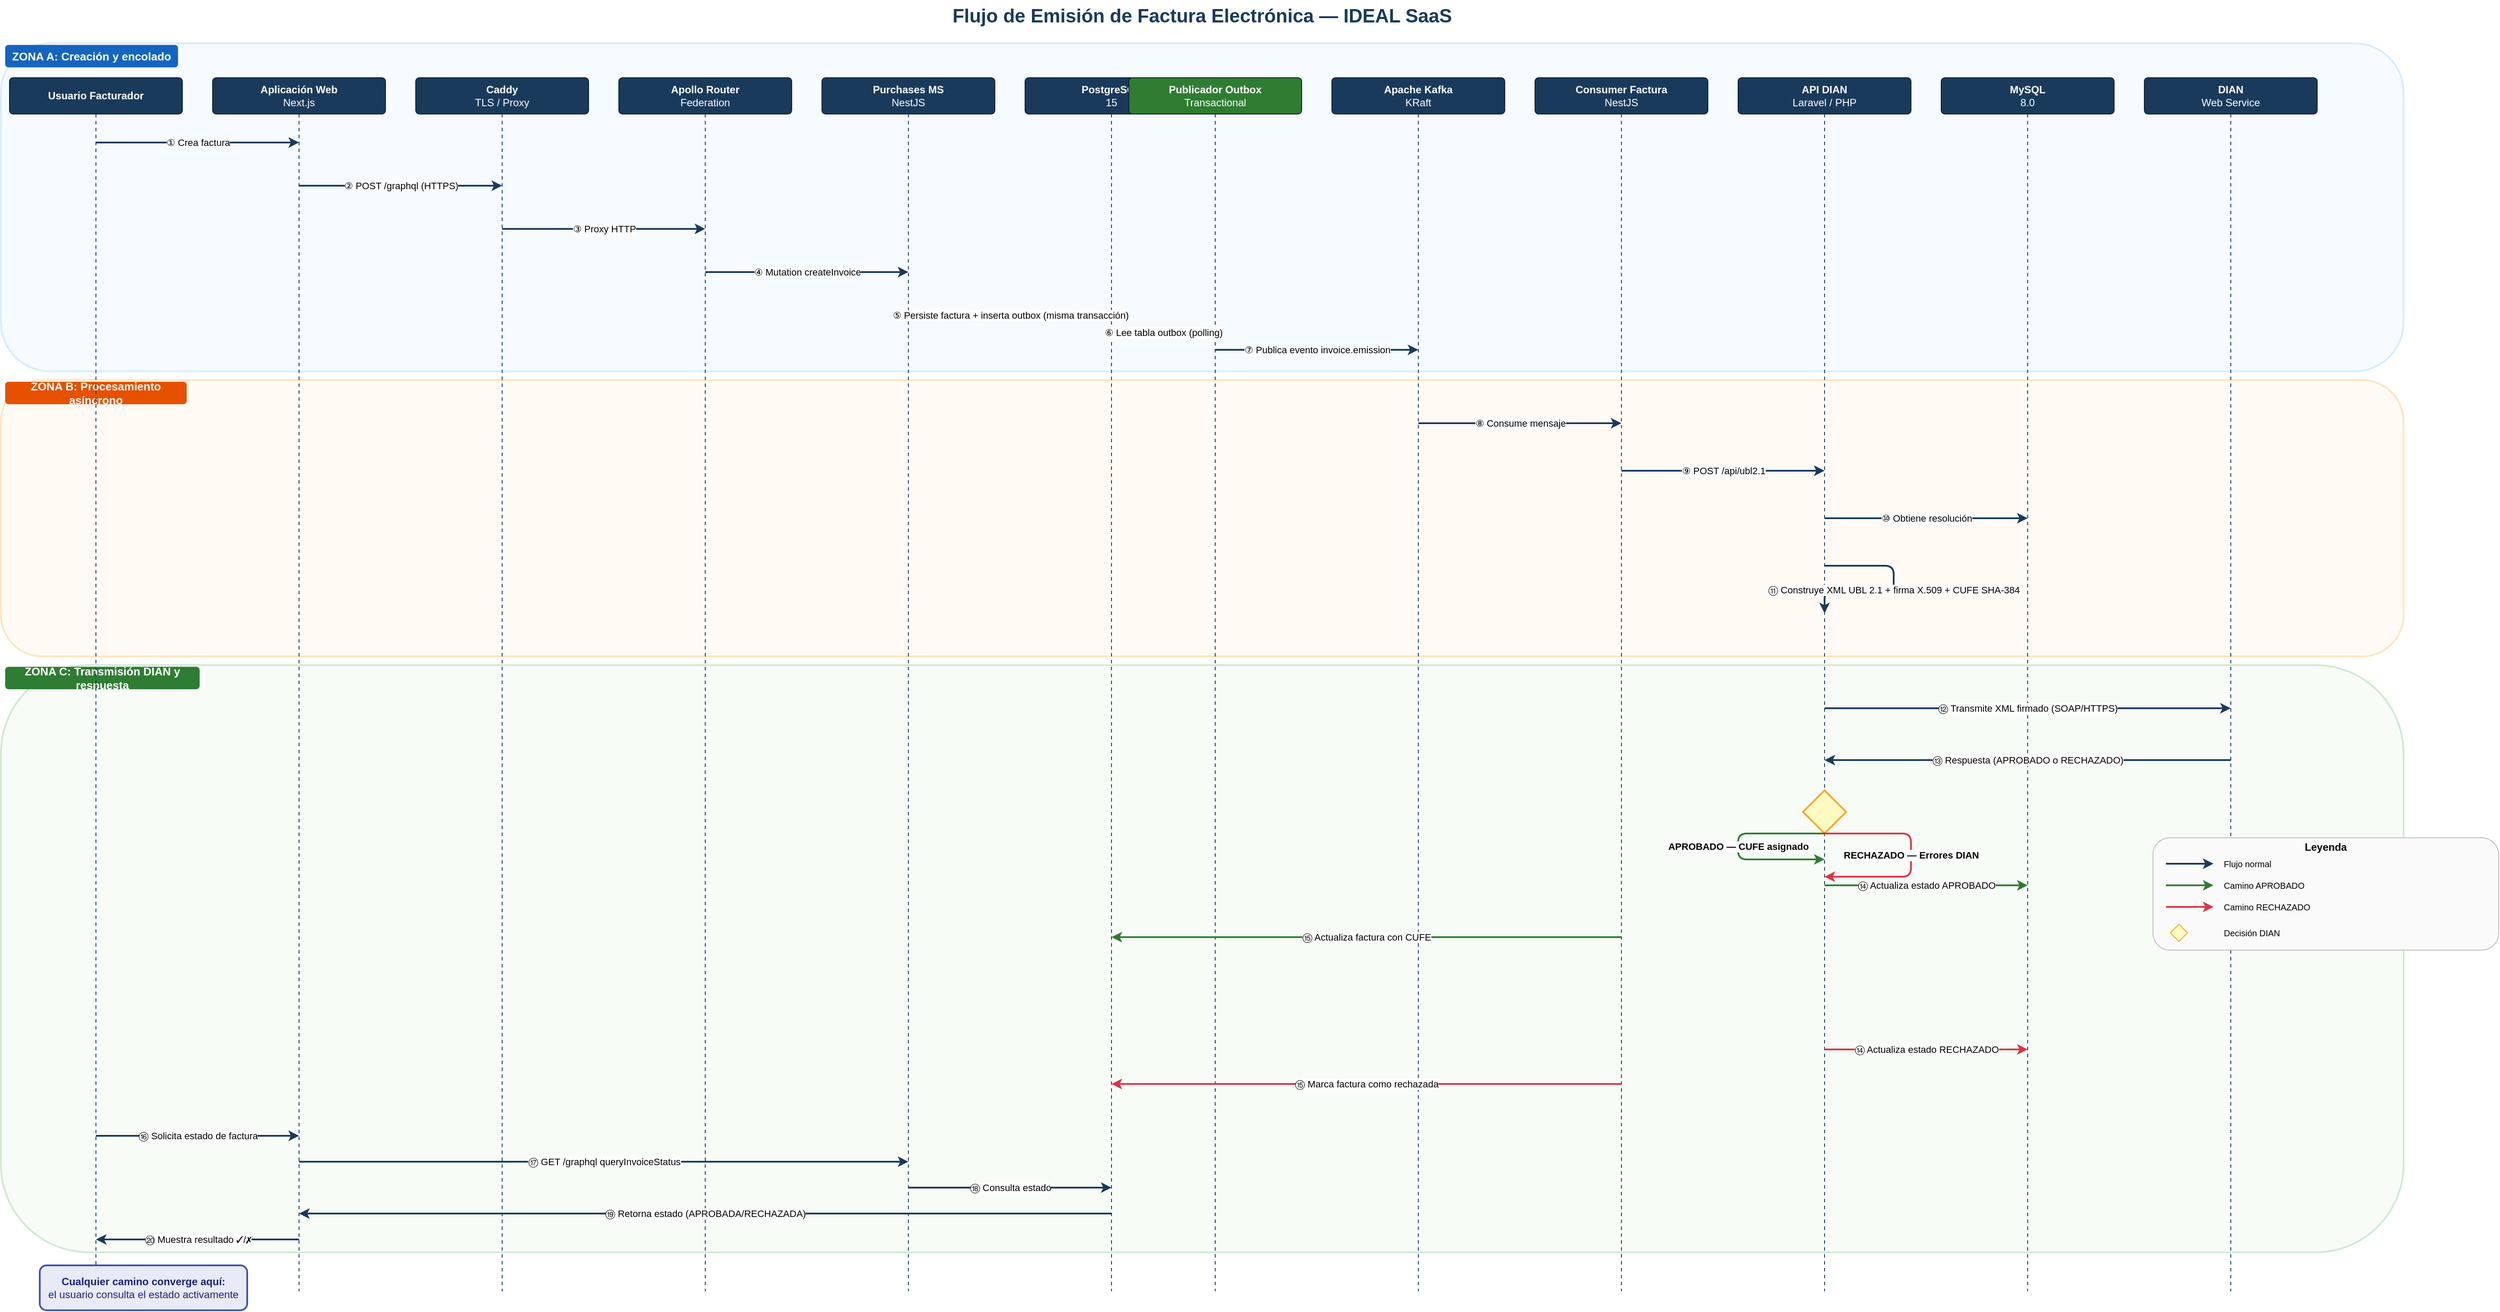
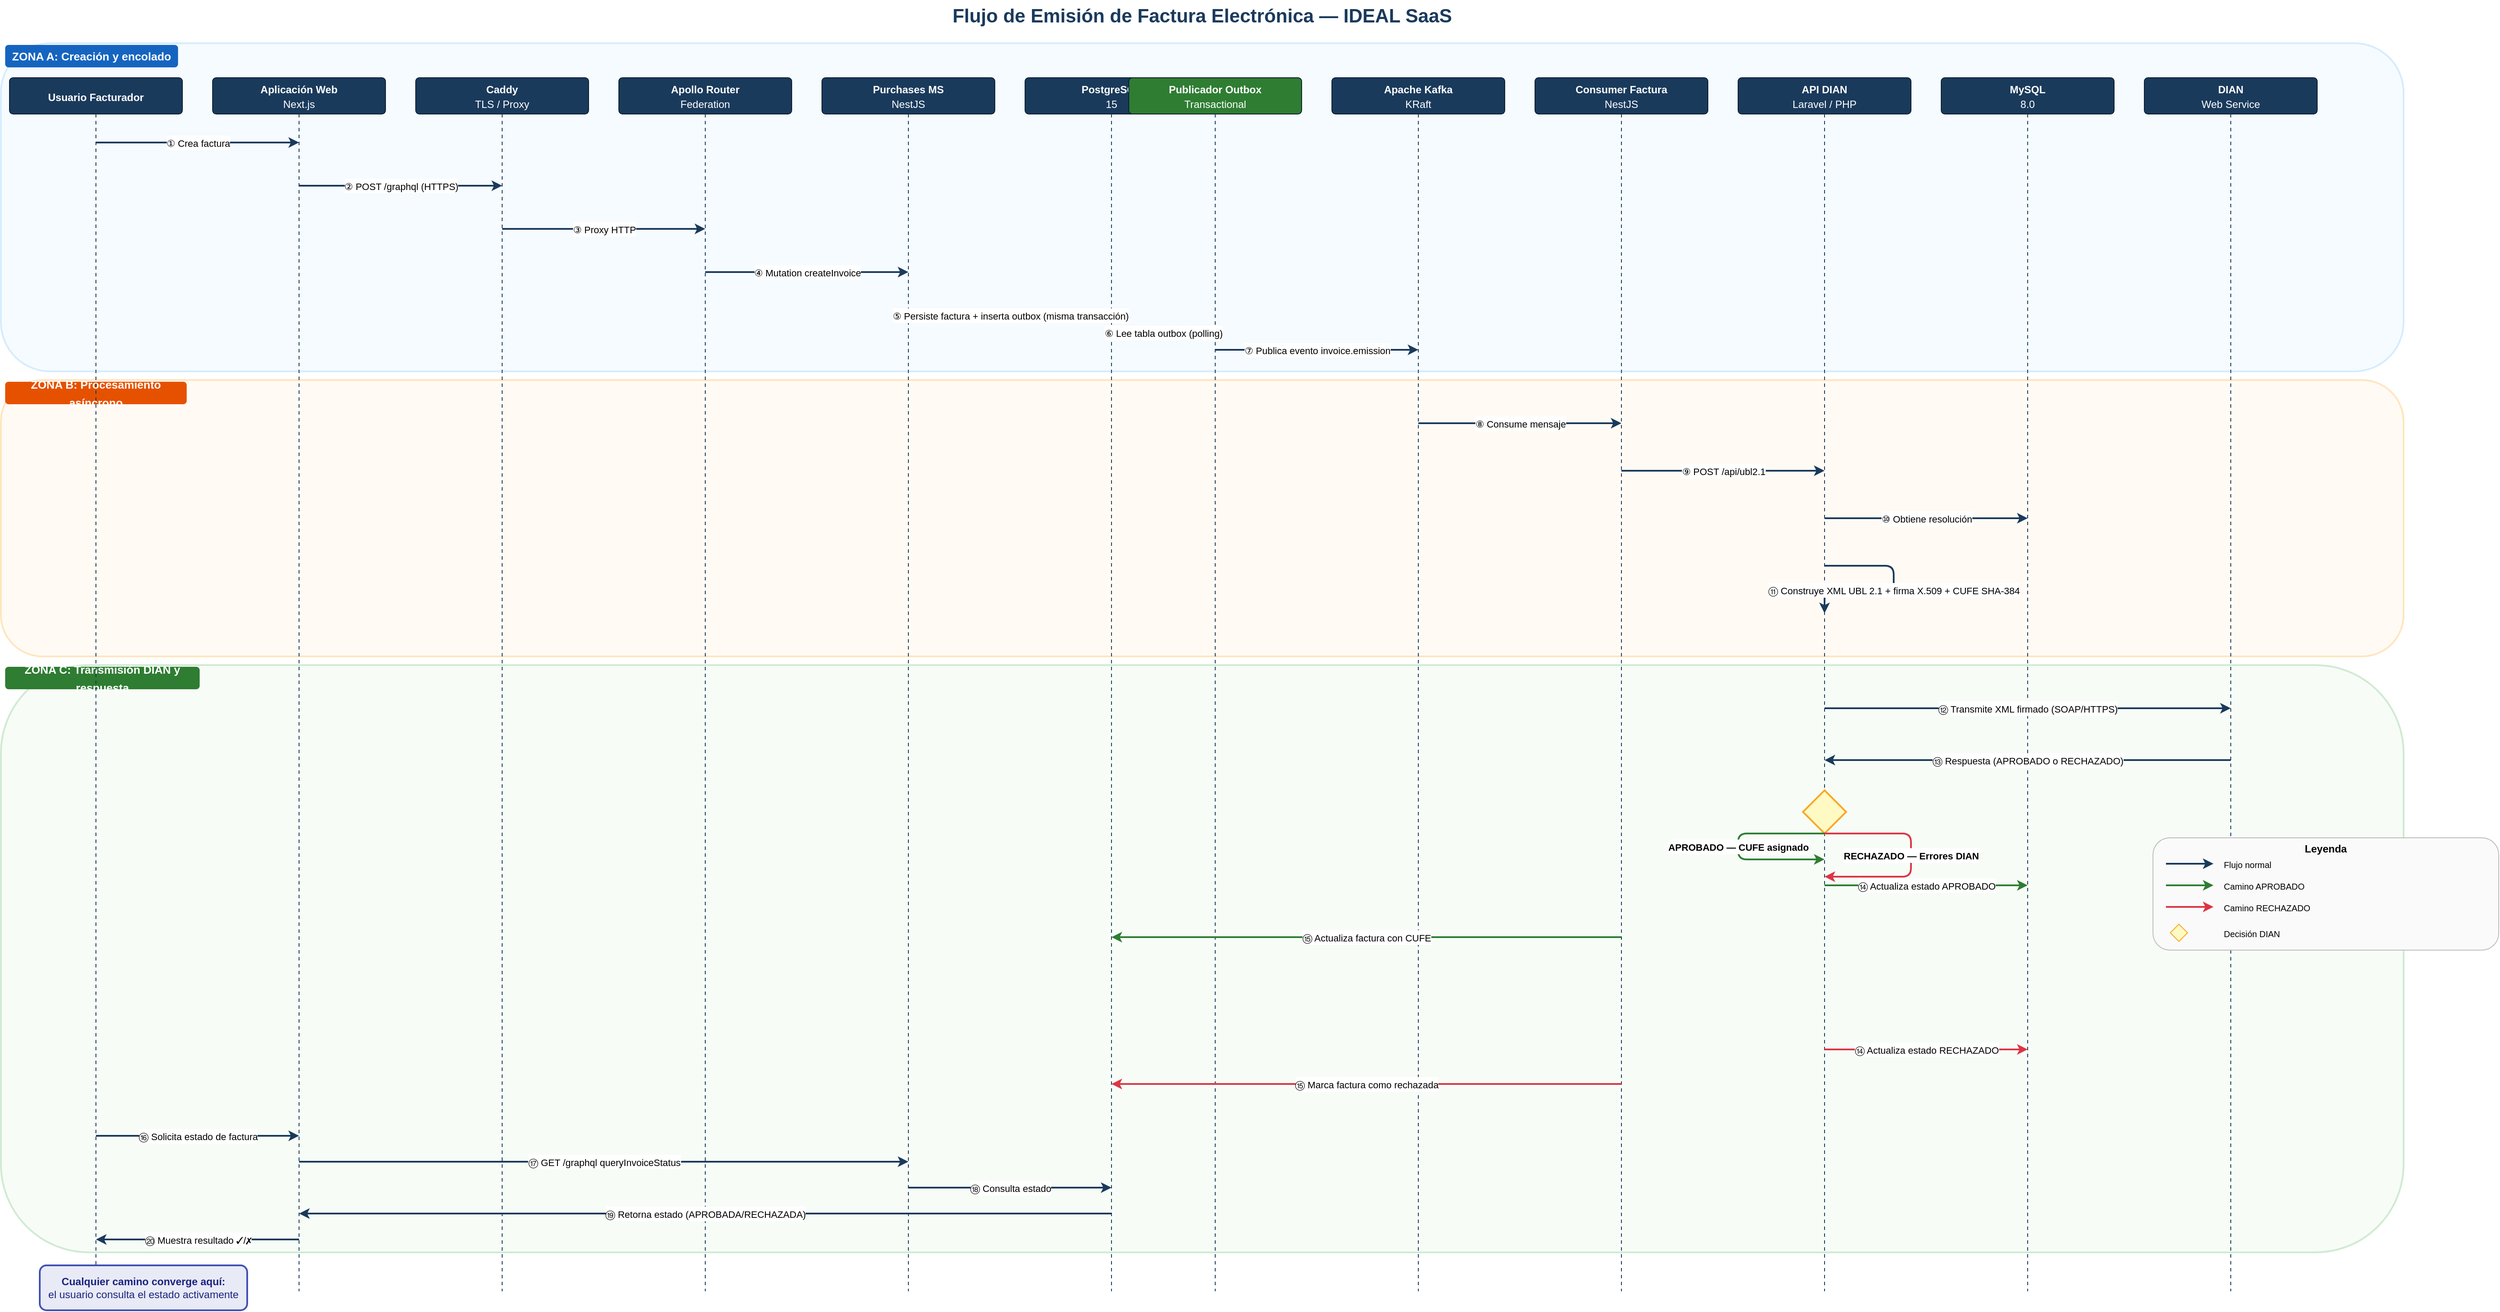
<mxfile host="app.diagrams.net" modified="2026-06-20T00:00:00.000Z" agent="draw.io" version="24.0.0">
  <diagram name="Flujo Emisión Factura Electrónica" id="invoice-emission-flow">
-       <mxGraphModel dx="2000" dy="1200" grid="1" gridSize="10" guides="1" tooltips="1" connect="1" arrows="1" fold="1" page="1" pageScale="1" pageWidth="2990" pageHeight="2200" math="0" shadow="0">
+       <mxGraphModel dx="2000" dy="1200" grid="1" gridSize="10" guides="1" tooltips="1" connect="1" arrows="1" fold="1" page="1" pageScale="1" pageWidth="3887" pageHeight="2860" math="0" shadow="0">

      <root>
        <mxCell id="0"/>
        <mxCell id="1" parent="0"/>

        <!-- ===== TITLE ===== -->
        <mxCell id="title" value="&lt;font style=&quot;font-size:22px&quot;&gt;&lt;b&gt;Flujo de Emisión de Factura Electrónica — IDEAL SaaS&lt;/b&gt;&lt;/font&gt;" style="text;html=1;strokeColor=none;fillColor=none;align=center;verticalAlign=middle;whiteSpace=wrap;rounded=0;fontColor=#1A3A5C;" vertex="1" parent="1">
          <mxGeometry x="500" y="5" width="1800" height="38" as="geometry"/>
        </mxCell>

        <!-- ===== ZONE A: Creación y encolado ===== -->
        <mxCell id="zoneA" value="" style="rounded=1;whiteSpace=wrap;html=1;fillColor=#E3F2FD;strokeColor=#90CAF9;strokeWidth=2;opacity=35;container=0;" vertex="1" parent="1">
          <mxGeometry x="10" y="55" width="2780" height="380" as="geometry"/>
        </mxCell>
-         <mxCell id="zoneA-label" value="&lt;font style=&quot;font-size:13px&quot;&gt;&lt;b&gt;ZONA A: Creación y encolado&lt;/b&gt;&lt;/font&gt;" style="text;html=1;strokeColor=none;fillColor=#1565C0;fontColor=#FFFFFF;align=center;verticalAlign=middle;whiteSpace=wrap;rounded=1;fontSize=13;" vertex="1" parent="1">
+         <mxCell id="zoneA-label" value="&lt;font style=&quot;font-size:13px&quot;&gt;&lt;b&gt;ZONA A: Creación y encolado&lt;/b&gt;&lt;/font&gt;" style="text;html=1;strokeColor=none;fillColor=#1565C0;fontColor=#FFFFFF;align=center;verticalAlign=middle;whiteSpace=wrap;rounded=1;fontSize=17;" vertex="1" parent="1">
          <mxGeometry x="15" y="57" width="200" height="26" as="geometry"/>
        </mxCell>

        <!-- ===== ZONE B: Procesamiento asíncrono ===== -->
        <mxCell id="zoneB" value="" style="rounded=1;whiteSpace=wrap;html=1;fillColor=#FFF3E0;strokeColor=#FFB74D;strokeWidth=2;opacity=35;container=0;" vertex="1" parent="1">
          <mxGeometry x="10" y="445" width="2780" height="320" as="geometry"/>
        </mxCell>
-         <mxCell id="zoneB-label" value="&lt;font style=&quot;font-size:13px&quot;&gt;&lt;b&gt;ZONA B: Procesamiento asíncrono&lt;/b&gt;&lt;/font&gt;" style="text;html=1;strokeColor=none;fillColor=#E65100;fontColor=#FFFFFF;align=center;verticalAlign=middle;whiteSpace=wrap;rounded=1;fontSize=13;" vertex="1" parent="1">
+         <mxCell id="zoneB-label" value="&lt;font style=&quot;font-size:13px&quot;&gt;&lt;b&gt;ZONA B: Procesamiento asíncrono&lt;/b&gt;&lt;/font&gt;" style="text;html=1;strokeColor=none;fillColor=#E65100;fontColor=#FFFFFF;align=center;verticalAlign=middle;whiteSpace=wrap;rounded=1;fontSize=17;" vertex="1" parent="1">
          <mxGeometry x="15" y="447" width="210" height="26" as="geometry"/>
        </mxCell>

        <!-- ===== ZONE C: Transmisión DIAN y respuesta ===== -->
        <mxCell id="zoneC" value="" style="rounded=1;whiteSpace=wrap;html=1;fillColor=#E8F5E9;strokeColor=#81C784;strokeWidth=2;opacity=35;container=0;" vertex="1" parent="1">
          <mxGeometry x="10" y="775" width="2780" height="680" as="geometry"/>
        </mxCell>
-         <mxCell id="zoneC-label" value="&lt;font style=&quot;font-size:13px&quot;&gt;&lt;b&gt;ZONA C: Transmisión DIAN y respuesta&lt;/b&gt;&lt;/font&gt;" style="text;html=1;strokeColor=none;fillColor=#2E7D32;fontColor=#FFFFFF;align=center;verticalAlign=middle;whiteSpace=wrap;rounded=1;fontSize=13;" vertex="1" parent="1">
+         <mxCell id="zoneC-label" value="&lt;font style=&quot;font-size:13px&quot;&gt;&lt;b&gt;ZONA C: Transmisión DIAN y respuesta&lt;/b&gt;&lt;/font&gt;" style="text;html=1;strokeColor=none;fillColor=#2E7D32;fontColor=#FFFFFF;align=center;verticalAlign=middle;whiteSpace=wrap;rounded=1;fontSize=17;" vertex="1" parent="1">
          <mxGeometry x="15" y="777" width="225" height="26" as="geometry"/>
        </mxCell>

        <!-- ===== PARTICIPANT HEADERS ===== -->
        <!-- P1: Usuario Facturador -->
-         <mxCell id="p1" value="&lt;font style=&quot;font-size:12px&quot;&gt;&lt;b&gt;Usuario Facturador&lt;/b&gt;&lt;/font&gt;" style="rounded=1;whiteSpace=wrap;html=1;fillColor=#1A3A5C;fontColor=#FFFFFF;strokeColor=#0D1F33;fontSize=12;arcSize=10;" vertex="1" parent="1">
+         <mxCell id="p1" value="&lt;font style=&quot;font-size:12px&quot;&gt;&lt;b&gt;Usuario Facturador&lt;/b&gt;&lt;/font&gt;" style="rounded=1;whiteSpace=wrap;html=1;fillColor=#1A3A5C;fontColor=#FFFFFF;strokeColor=#0D1F33;fontSize=16;arcSize=10;" vertex="1" parent="1">
          <mxGeometry x="20" y="95" width="200" height="42" as="geometry"/>
        </mxCell>
        <mxCell id="p1-line" value="" style="endArrow=none;dashed=1;html=1;strokeColor=#1A3A5C;strokeWidth=1;dashPattern=4 4;" edge="1" parent="1">
          <mxGeometry relative="1" as="geometry">
            <mxPoint x="120" y="137" as="sourcePoint"/>
            <mxPoint x="120" y="1500" as="targetPoint"/>
          </mxGeometry>
        </mxCell>

        <!-- P2: Aplicación Web (Next.js) -->
-         <mxCell id="p2" value="&lt;font style=&quot;font-size:12px&quot;&gt;&lt;b&gt;Aplicación Web&lt;/b&gt;&lt;br&gt;Next.js&lt;/font&gt;" style="rounded=1;whiteSpace=wrap;html=1;fillColor=#1A3A5C;fontColor=#FFFFFF;strokeColor=#0D1F33;fontSize=11;arcSize=10;" vertex="1" parent="1">
+         <mxCell id="p2" value="&lt;font style=&quot;font-size:12px&quot;&gt;&lt;b&gt;Aplicación Web&lt;/b&gt;&lt;br&gt;Next.js&lt;/font&gt;" style="rounded=1;whiteSpace=wrap;html=1;fillColor=#1A3A5C;fontColor=#FFFFFF;strokeColor=#0D1F33;fontSize=14;arcSize=10;" vertex="1" parent="1">
          <mxGeometry x="255" y="95" width="200" height="42" as="geometry"/>
        </mxCell>
        <mxCell id="p2-line" value="" style="endArrow=none;dashed=1;html=1;strokeColor=#1A3A5C;strokeWidth=1;dashPattern=4 4;" edge="1" parent="1">
          <mxGeometry relative="1" as="geometry">
            <mxPoint x="355" y="137" as="sourcePoint"/>
            <mxPoint x="355" y="1500" as="targetPoint"/>
          </mxGeometry>
        </mxCell>

        <!-- P3: Caddy -->
-         <mxCell id="p3" value="&lt;font style=&quot;font-size:12px&quot;&gt;&lt;b&gt;Caddy&lt;/b&gt;&lt;br&gt;TLS / Proxy&lt;/font&gt;" style="rounded=1;whiteSpace=wrap;html=1;fillColor=#1A3A5C;fontColor=#FFFFFF;strokeColor=#0D1F33;fontSize=11;arcSize=10;" vertex="1" parent="1">
+         <mxCell id="p3" value="&lt;font style=&quot;font-size:12px&quot;&gt;&lt;b&gt;Caddy&lt;/b&gt;&lt;br&gt;TLS / Proxy&lt;/font&gt;" style="rounded=1;whiteSpace=wrap;html=1;fillColor=#1A3A5C;fontColor=#FFFFFF;strokeColor=#0D1F33;fontSize=14;arcSize=10;" vertex="1" parent="1">
          <mxGeometry x="490" y="95" width="200" height="42" as="geometry"/>
        </mxCell>
        <mxCell id="p3-line" value="" style="endArrow=none;dashed=1;html=1;strokeColor=#1A3A5C;strokeWidth=1;dashPattern=4 4;" edge="1" parent="1">
          <mxGeometry relative="1" as="geometry">
            <mxPoint x="590" y="137" as="sourcePoint"/>
            <mxPoint x="590" y="1500" as="targetPoint"/>
          </mxGeometry>
        </mxCell>

        <!-- P4: Apollo Router -->
-         <mxCell id="p4" value="&lt;font style=&quot;font-size:12px&quot;&gt;&lt;b&gt;Apollo Router&lt;/b&gt;&lt;br&gt;Federation&lt;/font&gt;" style="rounded=1;whiteSpace=wrap;html=1;fillColor=#1A3A5C;fontColor=#FFFFFF;strokeColor=#0D1F33;fontSize=11;arcSize=10;" vertex="1" parent="1">
+         <mxCell id="p4" value="&lt;font style=&quot;font-size:12px&quot;&gt;&lt;b&gt;Apollo Router&lt;/b&gt;&lt;br&gt;Federation&lt;/font&gt;" style="rounded=1;whiteSpace=wrap;html=1;fillColor=#1A3A5C;fontColor=#FFFFFF;strokeColor=#0D1F33;fontSize=14;arcSize=10;" vertex="1" parent="1">
          <mxGeometry x="725" y="95" width="200" height="42" as="geometry"/>
        </mxCell>
        <mxCell id="p4-line" value="" style="endArrow=none;dashed=1;html=1;strokeColor=#1A3A5C;strokeWidth=1;dashPattern=4 4;" edge="1" parent="1">
          <mxGeometry relative="1" as="geometry">
            <mxPoint x="825" y="137" as="sourcePoint"/>
            <mxPoint x="825" y="1500" as="targetPoint"/>
          </mxGeometry>
        </mxCell>

        <!-- P5: Purchases MS -->
-         <mxCell id="p5" value="&lt;font style=&quot;font-size:12px&quot;&gt;&lt;b&gt;Purchases MS&lt;/b&gt;&lt;br&gt;NestJS&lt;/font&gt;" style="rounded=1;whiteSpace=wrap;html=1;fillColor=#1A3A5C;fontColor=#FFFFFF;strokeColor=#0D1F33;fontSize=11;arcSize=10;" vertex="1" parent="1">
+         <mxCell id="p5" value="&lt;font style=&quot;font-size:12px&quot;&gt;&lt;b&gt;Purchases MS&lt;/b&gt;&lt;br&gt;NestJS&lt;/font&gt;" style="rounded=1;whiteSpace=wrap;html=1;fillColor=#1A3A5C;fontColor=#FFFFFF;strokeColor=#0D1F33;fontSize=14;arcSize=10;" vertex="1" parent="1">
          <mxGeometry x="960" y="95" width="200" height="42" as="geometry"/>
        </mxCell>
        <mxCell id="p5-line" value="" style="endArrow=none;dashed=1;html=1;strokeColor=#1A3A5C;strokeWidth=1;dashPattern=4 4;" edge="1" parent="1">
          <mxGeometry relative="1" as="geometry">
            <mxPoint x="1060" y="137" as="sourcePoint"/>
            <mxPoint x="1060" y="1500" as="targetPoint"/>
          </mxGeometry>
        </mxCell>

        <!-- P6: PostgreSQL -->
-         <mxCell id="p6" value="&lt;font style=&quot;font-size:12px&quot;&gt;&lt;b&gt;PostgreSQL&lt;/b&gt;&lt;br&gt;15&lt;/font&gt;" style="rounded=1;whiteSpace=wrap;html=1;fillColor=#1A3A5C;fontColor=#FFFFFF;strokeColor=#0D1F33;fontSize=11;arcSize=10;" vertex="1" parent="1">
+         <mxCell id="p6" value="&lt;font style=&quot;font-size:12px&quot;&gt;&lt;b&gt;PostgreSQL&lt;/b&gt;&lt;br&gt;15&lt;/font&gt;" style="rounded=1;whiteSpace=wrap;html=1;fillColor=#1A3A5C;fontColor=#FFFFFF;strokeColor=#0D1F33;fontSize=14;arcSize=10;" vertex="1" parent="1">
          <mxGeometry x="1195" y="95" width="200" height="42" as="geometry"/>
        </mxCell>
        <mxCell id="p6-line" value="" style="endArrow=none;dashed=1;html=1;strokeColor=#1A3A5C;strokeWidth=1;dashPattern=4 4;" edge="1" parent="1">
          <mxGeometry relative="1" as="geometry">
            <mxPoint x="1295" y="137" as="sourcePoint"/>
            <mxPoint x="1295" y="1500" as="targetPoint"/>
          </mxGeometry>
        </mxCell>

        <!-- P6.5: Publicador Outbox (NUEVO — Transactional Outbox) -->
-         <mxCell id="p6half" value="&lt;font style=&quot;font-size:12px&quot;&gt;&lt;b&gt;Publicador Outbox&lt;/b&gt;&lt;br&gt;Transactional&lt;/font&gt;" style="rounded=1;whiteSpace=wrap;html=1;fillColor=#2E7D32;fontColor=#FFFFFF;strokeColor=#0D1F33;fontSize=11;arcSize=10;" vertex="1" parent="1">
+         <mxCell id="p6half" value="&lt;font style=&quot;font-size:12px&quot;&gt;&lt;b&gt;Publicador Outbox&lt;/b&gt;&lt;br&gt;Transactional&lt;/font&gt;" style="rounded=1;whiteSpace=wrap;html=1;fillColor=#2E7D32;fontColor=#FFFFFF;strokeColor=#0D1F33;fontSize=14;arcSize=10;" vertex="1" parent="1">
          <mxGeometry x="1315" y="95" width="200" height="42" as="geometry"/>
        </mxCell>
        <mxCell id="p6half-line" value="" style="endArrow=none;dashed=1;html=1;strokeColor=#1A3A5C;strokeWidth=1;dashPattern=4 4;" edge="1" parent="1">
          <mxGeometry relative="1" as="geometry">
            <mxPoint x="1415" y="137" as="sourcePoint"/>
            <mxPoint x="1415" y="1500" as="targetPoint"/>
          </mxGeometry>
        </mxCell>

        <!-- P7: Apache Kafka -->
-         <mxCell id="p7" value="&lt;font style=&quot;font-size:12px&quot;&gt;&lt;b&gt;Apache Kafka&lt;/b&gt;&lt;br&gt;KRaft&lt;/font&gt;" style="rounded=1;whiteSpace=wrap;html=1;fillColor=#1A3A5C;fontColor=#FFFFFF;strokeColor=#0D1F33;fontSize=11;arcSize=10;" vertex="1" parent="1">
+         <mxCell id="p7" value="&lt;font style=&quot;font-size:12px&quot;&gt;&lt;b&gt;Apache Kafka&lt;/b&gt;&lt;br&gt;KRaft&lt;/font&gt;" style="rounded=1;whiteSpace=wrap;html=1;fillColor=#1A3A5C;fontColor=#FFFFFF;strokeColor=#0D1F33;fontSize=14;arcSize=10;" vertex="1" parent="1">
          <mxGeometry x="1550" y="95" width="200" height="42" as="geometry"/>
        </mxCell>
        <mxCell id="p7-line" value="" style="endArrow=none;dashed=1;html=1;strokeColor=#1A3A5C;strokeWidth=1;dashPattern=4 4;" edge="1" parent="1">
          <mxGeometry relative="1" as="geometry">
            <mxPoint x="1650" y="137" as="sourcePoint"/>
            <mxPoint x="1650" y="1500" as="targetPoint"/>
          </mxGeometry>
        </mxCell>

        <!-- P8: Consumer Factura -->
-         <mxCell id="p8" value="&lt;font style=&quot;font-size:12px&quot;&gt;&lt;b&gt;Consumer Factura&lt;/b&gt;&lt;br&gt;NestJS&lt;/font&gt;" style="rounded=1;whiteSpace=wrap;html=1;fillColor=#1A3A5C;fontColor=#FFFFFF;strokeColor=#0D1F33;fontSize=11;arcSize=10;" vertex="1" parent="1">
+         <mxCell id="p8" value="&lt;font style=&quot;font-size:12px&quot;&gt;&lt;b&gt;Consumer Factura&lt;/b&gt;&lt;br&gt;NestJS&lt;/font&gt;" style="rounded=1;whiteSpace=wrap;html=1;fillColor=#1A3A5C;fontColor=#FFFFFF;strokeColor=#0D1F33;fontSize=14;arcSize=10;" vertex="1" parent="1">
          <mxGeometry x="1785" y="95" width="200" height="42" as="geometry"/>
        </mxCell>
        <mxCell id="p8-line" value="" style="endArrow=none;dashed=1;html=1;strokeColor=#1A3A5C;strokeWidth=1;dashPattern=4 4;" edge="1" parent="1">
          <mxGeometry relative="1" as="geometry">
            <mxPoint x="1885" y="137" as="sourcePoint"/>
            <mxPoint x="1885" y="1500" as="targetPoint"/>
          </mxGeometry>
        </mxCell>

        <!-- P9: API DIAN -->
-         <mxCell id="p9" value="&lt;font style=&quot;font-size:12px&quot;&gt;&lt;b&gt;API DIAN&lt;/b&gt;&lt;br&gt;Laravel / PHP&lt;/font&gt;" style="rounded=1;whiteSpace=wrap;html=1;fillColor=#1A3A5C;fontColor=#FFFFFF;strokeColor=#0D1F33;fontSize=11;arcSize=10;" vertex="1" parent="1">
+         <mxCell id="p9" value="&lt;font style=&quot;font-size:12px&quot;&gt;&lt;b&gt;API DIAN&lt;/b&gt;&lt;br&gt;Laravel / PHP&lt;/font&gt;" style="rounded=1;whiteSpace=wrap;html=1;fillColor=#1A3A5C;fontColor=#FFFFFF;strokeColor=#0D1F33;fontSize=14;arcSize=10;" vertex="1" parent="1">
          <mxGeometry x="2020" y="95" width="200" height="42" as="geometry"/>
        </mxCell>
        <mxCell id="p9-line" value="" style="endArrow=none;dashed=1;html=1;strokeColor=#1A3A5C;strokeWidth=1;dashPattern=4 4;" edge="1" parent="1">
          <mxGeometry relative="1" as="geometry">
            <mxPoint x="2120" y="137" as="sourcePoint"/>
            <mxPoint x="2120" y="1500" as="targetPoint"/>
          </mxGeometry>
        </mxCell>

        <!-- P10: MySQL -->
-         <mxCell id="p10" value="&lt;font style=&quot;font-size:12px&quot;&gt;&lt;b&gt;MySQL&lt;/b&gt;&lt;br&gt;8.0&lt;/font&gt;" style="rounded=1;whiteSpace=wrap;html=1;fillColor=#1A3A5C;fontColor=#FFFFFF;strokeColor=#0D1F33;fontSize=11;arcSize=10;" vertex="1" parent="1">
+         <mxCell id="p10" value="&lt;font style=&quot;font-size:12px&quot;&gt;&lt;b&gt;MySQL&lt;/b&gt;&lt;br&gt;8.0&lt;/font&gt;" style="rounded=1;whiteSpace=wrap;html=1;fillColor=#1A3A5C;fontColor=#FFFFFF;strokeColor=#0D1F33;fontSize=14;arcSize=10;" vertex="1" parent="1">
          <mxGeometry x="2255" y="95" width="200" height="42" as="geometry"/>
        </mxCell>
        <mxCell id="p10-line" value="" style="endArrow=none;dashed=1;html=1;strokeColor=#1A3A5C;strokeWidth=1;dashPattern=4 4;" edge="1" parent="1">
          <mxGeometry relative="1" as="geometry">
            <mxPoint x="2355" y="137" as="sourcePoint"/>
            <mxPoint x="2355" y="1500" as="targetPoint"/>
          </mxGeometry>
        </mxCell>

        <!-- P11: DIAN -->
-         <mxCell id="p11" value="&lt;font style=&quot;font-size:12px&quot;&gt;&lt;b&gt;DIAN&lt;/b&gt;&lt;br&gt;Web Service&lt;/font&gt;" style="rounded=1;whiteSpace=wrap;html=1;fillColor=#1A3A5C;fontColor=#FFFFFF;strokeColor=#0D1F33;fontSize=11;arcSize=10;" vertex="1" parent="1">
+         <mxCell id="p11" value="&lt;font style=&quot;font-size:12px&quot;&gt;&lt;b&gt;DIAN&lt;/b&gt;&lt;br&gt;Web Service&lt;/font&gt;" style="rounded=1;whiteSpace=wrap;html=1;fillColor=#1A3A5C;fontColor=#FFFFFF;strokeColor=#0D1F33;fontSize=14;arcSize=10;" vertex="1" parent="1">
          <mxGeometry x="2490" y="95" width="200" height="42" as="geometry"/>
        </mxCell>
        <mxCell id="p11-line" value="" style="endArrow=none;dashed=1;html=1;strokeColor=#1A3A5C;strokeWidth=1;dashPattern=4 4;" edge="1" parent="1">
          <mxGeometry relative="1" as="geometry">
            <mxPoint x="2590" y="137" as="sourcePoint"/>
            <mxPoint x="2590" y="1500" as="targetPoint"/>
          </mxGeometry>
        </mxCell>

        <!-- ===== STEPS 1-6: ZONE A ===== -->

        <!-- Step 1: Usuario → App -->
-         <mxCell id="s1" value="&lt;font style=&quot;font-size:11px&quot;&gt;① Crea factura&lt;/font&gt;" style="edgeStyle=orthogonalEdgeStyle;rounded=1;orthogonalLoop=1;jettySize=auto;html=1;strokeWidth=2;strokeColor=#1A3A5C;fontSize=11;labelBackgroundColor=#FFFFFF;" edge="1" parent="1">
+         <mxCell id="s1" value="&lt;font style=&quot;font-size:11px&quot;&gt;① Crea factura&lt;/font&gt;" style="edgeStyle=orthogonalEdgeStyle;rounded=1;orthogonalLoop=1;jettySize=auto;html=1;strokeWidth=2;strokeColor=#1A3A5C;fontSize=14;labelBackgroundColor=#FFFFFF;" edge="1" parent="1">
          <mxGeometry relative="1" as="geometry">
            <mxPoint x="120" y="170" as="sourcePoint"/>
            <mxPoint x="355" y="170" as="targetPoint"/>
          </mxGeometry>
        </mxCell>

        <!-- Step 2: App → Caddy -->
-         <mxCell id="s2" value="&lt;font style=&quot;font-size:11px&quot;&gt;② POST /graphql (HTTPS)&lt;/font&gt;" style="edgeStyle=orthogonalEdgeStyle;rounded=1;orthogonalLoop=1;jettySize=auto;html=1;strokeWidth=2;strokeColor=#1A3A5C;fontSize=11;labelBackgroundColor=#FFFFFF;" edge="1" parent="1">
+         <mxCell id="s2" value="&lt;font style=&quot;font-size:11px&quot;&gt;② POST /graphql (HTTPS)&lt;/font&gt;" style="edgeStyle=orthogonalEdgeStyle;rounded=1;orthogonalLoop=1;jettySize=auto;html=1;strokeWidth=2;strokeColor=#1A3A5C;fontSize=14;labelBackgroundColor=#FFFFFF;" edge="1" parent="1">
          <mxGeometry relative="1" as="geometry">
            <mxPoint x="355" y="220" as="sourcePoint"/>
            <mxPoint x="590" y="220" as="targetPoint"/>
          </mxGeometry>
        </mxCell>

        <!-- Step 3: Caddy → Router -->
-         <mxCell id="s3" value="&lt;font style=&quot;font-size:11px&quot;&gt;③ Proxy HTTP&lt;/font&gt;" style="edgeStyle=orthogonalEdgeStyle;rounded=1;orthogonalLoop=1;jettySize=auto;html=1;strokeWidth=2;strokeColor=#1A3A5C;fontSize=11;labelBackgroundColor=#FFFFFF;" edge="1" parent="1">
+         <mxCell id="s3" value="&lt;font style=&quot;font-size:11px&quot;&gt;③ Proxy HTTP&lt;/font&gt;" style="edgeStyle=orthogonalEdgeStyle;rounded=1;orthogonalLoop=1;jettySize=auto;html=1;strokeWidth=2;strokeColor=#1A3A5C;fontSize=14;labelBackgroundColor=#FFFFFF;" edge="1" parent="1">
          <mxGeometry relative="1" as="geometry">
            <mxPoint x="590" y="270" as="sourcePoint"/>
            <mxPoint x="825" y="270" as="targetPoint"/>
          </mxGeometry>
        </mxCell>

        <!-- Step 4: Router → Purchases -->
-         <mxCell id="s4" value="&lt;font style=&quot;font-size:11px&quot;&gt;④ Mutation createInvoice&lt;/font&gt;" style="edgeStyle=orthogonalEdgeStyle;rounded=1;orthogonalLoop=1;jettySize=auto;html=1;strokeWidth=2;strokeColor=#1A3A5C;fontSize=11;labelBackgroundColor=#FFFFFF;" edge="1" parent="1">
+         <mxCell id="s4" value="&lt;font style=&quot;font-size:11px&quot;&gt;④ Mutation createInvoice&lt;/font&gt;" style="edgeStyle=orthogonalEdgeStyle;rounded=1;orthogonalLoop=1;jettySize=auto;html=1;strokeWidth=2;strokeColor=#1A3A5C;fontSize=14;labelBackgroundColor=#FFFFFF;" edge="1" parent="1">
          <mxGeometry relative="1" as="geometry">
            <mxPoint x="825" y="320" as="sourcePoint"/>
            <mxPoint x="1060" y="320" as="targetPoint"/>
          </mxGeometry>
        </mxCell>

        <!-- Step 5: Purchases → PostgreSQL -->
-         <mxCell id="s5" value="&lt;font style=&quot;font-size:11px&quot;&gt;⑤ Persiste factura + inserta outbox (misma transacción)&lt;/font&gt;" style="edgeStyle=orthogonalEdgeStyle;rounded=1;orthogonalLoop=1;jettySize=auto;html=1;strokeWidth=2;strokeColor=#1A3A5C;fontSize=11;labelBackgroundColor=#FFFFFF;" edge="1" parent="1">
+         <mxCell id="s5" value="&lt;font style=&quot;font-size:11px&quot;&gt;⑤ Persiste factura + inserta outbox (misma transacción)&lt;/font&gt;" style="edgeStyle=orthogonalEdgeStyle;rounded=1;orthogonalLoop=1;jettySize=auto;html=1;strokeWidth=2;strokeColor=#1A3A5C;fontSize=14;labelBackgroundColor=#FFFFFF;" edge="1" parent="1">
          <mxGeometry relative="1" as="geometry">
          <mxPoint x="1060" y="370" as="sourcePoint"/>
          <mxPoint x="1295" y="370" as="targetPoint"/>
        </mxGeometry>
      </mxCell>

      <!-- Step 6: PostgreSQL → Publicador Outbox (polling) -->
-       <mxCell id="s6poll" value="&lt;font style=&quot;font-size:11px&quot;&gt;⑥ Lee tabla outbox (polling)&lt;/font&gt;" style="edgeStyle=orthogonalEdgeStyle;rounded=1;orthogonalLoop=1;jettySize=auto;html=1;strokeWidth=2;strokeColor=#1A3A5C;fontSize=11;labelBackgroundColor=#FFFFFF;dashed=1;" edge="1" parent="1">
+       <mxCell id="s6poll" value="&lt;font style=&quot;font-size:11px&quot;&gt;⑥ Lee tabla outbox (polling)&lt;/font&gt;" style="edgeStyle=orthogonalEdgeStyle;rounded=1;orthogonalLoop=1;jettySize=auto;html=1;strokeWidth=2;strokeColor=#1A3A5C;fontSize=14;labelBackgroundColor=#FFFFFF;dashed=1;" edge="1" parent="1">
        <mxGeometry relative="1" as="geometry">
          <mxPoint x="1295" y="390" as="sourcePoint"/>
          <mxPoint x="1415" y="390" as="targetPoint"/>
        </mxGeometry>
      </mxCell>

      <!-- Step 7: Publicador Outbox → Kafka -->
-       <mxCell id="s6" value="&lt;font style=&quot;font-size:11px&quot;&gt;⑦ Publica evento invoice.emission&lt;/font&gt;" style="edgeStyle=orthogonalEdgeStyle;rounded=1;orthogonalLoop=1;jettySize=auto;html=1;strokeWidth=2;strokeColor=#1A3A5C;fontSize=11;labelBackgroundColor=#FFFFFF;" edge="1" parent="1">
+       <mxCell id="s6" value="&lt;font style=&quot;font-size:11px&quot;&gt;⑦ Publica evento invoice.emission&lt;/font&gt;" style="edgeStyle=orthogonalEdgeStyle;rounded=1;orthogonalLoop=1;jettySize=auto;html=1;strokeWidth=2;strokeColor=#1A3A5C;fontSize=14;labelBackgroundColor=#FFFFFF;" edge="1" parent="1">
        <mxGeometry relative="1" as="geometry">
          <mxPoint x="1415" y="410" as="sourcePoint"/>
          <mxPoint x="1650" y="410" as="targetPoint"/>
          </mxGeometry>
        </mxCell>

        <!-- ===== STEPS 8-11: ZONE B ===== -->

        <!-- Step 8: Kafka → Consumer (diagonal) -->
-         <mxCell id="s7" value="&lt;font style=&quot;font-size:11px&quot;&gt;⑧ Consume mensaje&lt;/font&gt;" style="edgeStyle=orthogonalEdgeStyle;rounded=1;orthogonalLoop=1;jettySize=auto;html=1;strokeWidth=2;strokeColor=#1A3A5C;fontSize=11;labelBackgroundColor=#FFFFFF;" edge="1" parent="1">
+         <mxCell id="s7" value="&lt;font style=&quot;font-size:11px&quot;&gt;⑧ Consume mensaje&lt;/font&gt;" style="edgeStyle=orthogonalEdgeStyle;rounded=1;orthogonalLoop=1;jettySize=auto;html=1;strokeWidth=2;strokeColor=#1A3A5C;fontSize=14;labelBackgroundColor=#FFFFFF;" edge="1" parent="1">
          <mxGeometry relative="1" as="geometry">
            <mxPoint x="1650" y="495" as="sourcePoint"/>
            <mxPoint x="1885" y="495" as="targetPoint"/>
          </mxGeometry>
        </mxCell>

        <!-- Step 9: Consumer → API DIAN -->
-         <mxCell id="s8" value="&lt;font style=&quot;font-size:11px&quot;&gt;⑨ POST /api/ubl2.1&lt;/font&gt;" style="edgeStyle=orthogonalEdgeStyle;rounded=1;orthogonalLoop=1;jettySize=auto;html=1;strokeWidth=2;strokeColor=#1A3A5C;fontSize=11;labelBackgroundColor=#FFFFFF;" edge="1" parent="1">
+         <mxCell id="s8" value="&lt;font style=&quot;font-size:11px&quot;&gt;⑨ POST /api/ubl2.1&lt;/font&gt;" style="edgeStyle=orthogonalEdgeStyle;rounded=1;orthogonalLoop=1;jettySize=auto;html=1;strokeWidth=2;strokeColor=#1A3A5C;fontSize=14;labelBackgroundColor=#FFFFFF;" edge="1" parent="1">
          <mxGeometry relative="1" as="geometry">
            <mxPoint x="1885" y="550" as="sourcePoint"/>
            <mxPoint x="2120" y="550" as="targetPoint"/>
          </mxGeometry>
        </mxCell>

        <!-- Step 10: API DIAN → MySQL -->
-         <mxCell id="s9" value="&lt;font style=&quot;font-size:11px&quot;&gt;⑩ Obtiene resolución&lt;/font&gt;" style="edgeStyle=orthogonalEdgeStyle;rounded=1;orthogonalLoop=1;jettySize=auto;html=1;strokeWidth=2;strokeColor=#1A3A5C;fontSize=11;labelBackgroundColor=#FFFFFF;" edge="1" parent="1">
+         <mxCell id="s9" value="&lt;font style=&quot;font-size:11px&quot;&gt;⑩ Obtiene resolución&lt;/font&gt;" style="edgeStyle=orthogonalEdgeStyle;rounded=1;orthogonalLoop=1;jettySize=auto;html=1;strokeWidth=2;strokeColor=#1A3A5C;fontSize=14;labelBackgroundColor=#FFFFFF;" edge="1" parent="1">
          <mxGeometry relative="1" as="geometry">
            <mxPoint x="2120" y="605" as="sourcePoint"/>
            <mxPoint x="2355" y="605" as="targetPoint"/>
          </mxGeometry>
        </mxCell>

        <!-- Step 11: API DIAN self-loop -->
-         <mxCell id="s10" value="&lt;font style=&quot;font-size:11px&quot;&gt;⑪ Construye XML UBL 2.1 + firma X.509 + CUFE SHA-384&lt;/font&gt;" style="edgeStyle=orthogonalEdgeStyle;rounded=1;orthogonalLoop=1;jettySize=auto;html=1;strokeWidth=2;strokeColor=#1A3A5C;fontSize=11;labelBackgroundColor=#FFFFFF;" edge="1" parent="1">
+         <mxCell id="s10" value="&lt;font style=&quot;font-size:11px&quot;&gt;⑪ Construye XML UBL 2.1 + firma X.509 + CUFE SHA-384&lt;/font&gt;" style="edgeStyle=orthogonalEdgeStyle;rounded=1;orthogonalLoop=1;jettySize=auto;html=1;strokeWidth=2;strokeColor=#1A3A5C;fontSize=14;labelBackgroundColor=#FFFFFF;" edge="1" parent="1">
          <mxGeometry relative="1" as="geometry">
            <mxPoint x="2120" y="660" as="sourcePoint"/>
            <Array as="points">
              <mxPoint x="2200" y="660"/>
              <mxPoint x="2200" y="690"/>
              <mxPoint x="2120" y="690"/>
            </Array>
            <mxPoint x="2120" y="715" as="targetPoint"/>
          </mxGeometry>
        </mxCell>

        <!-- ===== STEPS 12-16: ZONE C ===== -->

        <!-- Step 12: API DIAN → DIAN -->
-         <mxCell id="s11" value="&lt;font style=&quot;font-size:11px&quot;&gt;⑫ Transmite XML firmado (SOAP/HTTPS)&lt;/font&gt;" style="edgeStyle=orthogonalEdgeStyle;rounded=1;orthogonalLoop=1;jettySize=auto;html=1;strokeWidth=2;strokeColor=#1A3A5C;fontSize=11;labelBackgroundColor=#FFFFFF;" edge="1" parent="1">
+         <mxCell id="s11" value="&lt;font style=&quot;font-size:11px&quot;&gt;⑫ Transmite XML firmado (SOAP/HTTPS)&lt;/font&gt;" style="edgeStyle=orthogonalEdgeStyle;rounded=1;orthogonalLoop=1;jettySize=auto;html=1;strokeWidth=2;strokeColor=#1A3A5C;fontSize=14;labelBackgroundColor=#FFFFFF;" edge="1" parent="1">
          <mxGeometry relative="1" as="geometry">
            <mxPoint x="2120" y="825" as="sourcePoint"/>
            <mxPoint x="2590" y="825" as="targetPoint"/>
          </mxGeometry>
        </mxCell>

        <!-- Step 13: DIAN → API DIAN (return response) -->
-         <mxCell id="s12" value="&lt;font style=&quot;font-size:11px&quot;&gt;⑬ Respuesta (APROBADO o RECHAZADO)&lt;/font&gt;" style="edgeStyle=orthogonalEdgeStyle;rounded=1;orthogonalLoop=1;jettySize=auto;html=1;strokeWidth=2;strokeColor=#1A3A5C;fontSize=11;labelBackgroundColor=#FFFFFF;" edge="1" parent="1">
+         <mxCell id="s12" value="&lt;font style=&quot;font-size:11px&quot;&gt;⑬ Respuesta (APROBADO o RECHAZADO)&lt;/font&gt;" style="edgeStyle=orthogonalEdgeStyle;rounded=1;orthogonalLoop=1;jettySize=auto;html=1;strokeWidth=2;strokeColor=#1A3A5C;fontSize=14;labelBackgroundColor=#FFFFFF;" edge="1" parent="1">
          <mxGeometry relative="1" as="geometry">
            <mxPoint x="2590" y="885" as="sourcePoint"/>
            <mxPoint x="2120" y="885" as="targetPoint"/>
          </mxGeometry>
        </mxCell>

        <!-- ===== DIAMOND DECISION ===== -->
        <mxCell id="diamond" value="" style="rhombus;whiteSpace=wrap;html=1;fillColor=#FFF9C4;strokeColor=#F9A825;strokeWidth=2;" vertex="1" parent="1">
          <mxGeometry x="2095" y="920" width="50" height="50" as="geometry"/>
        </mxCell>

        <!-- ===== SPLIT: GREEN (APROBADO) flow ===== -->

        <!-- Green connector from diamond to step 14g -->
-         <mxCell id="split-green" value="&lt;font style=&quot;font-size:11px&quot;&gt;&lt;b&gt;APROBADO — CUFE asignado&lt;/b&gt;&lt;/font&gt;" style="edgeStyle=orthogonalEdgeStyle;rounded=1;orthogonalLoop=1;jettySize=auto;html=1;strokeWidth=2;strokeColor=#2E7D32;fontSize=11;labelBackgroundColor=#FFFFFF;" edge="1" parent="1">
+         <mxCell id="split-green" value="&lt;font style=&quot;font-size:11px&quot;&gt;&lt;b&gt;APROBADO — CUFE asignado&lt;/b&gt;&lt;/font&gt;" style="edgeStyle=orthogonalEdgeStyle;rounded=1;orthogonalLoop=1;jettySize=auto;html=1;strokeWidth=2;strokeColor=#2E7D32;fontSize=14;labelBackgroundColor=#FFFFFF;" edge="1" parent="1">
          <mxGeometry relative="1" as="geometry">
            <mxPoint x="2120" y="970" as="sourcePoint"/>
            <Array as="points">
              <mxPoint x="2020" y="970"/>
              <mxPoint x="2020" y="1000"/>
              <mxPoint x="2120" y="1000"/>
            </Array>
            <mxPoint x="2120" y="1000" as="targetPoint"/>
          </mxGeometry>
        </mxCell>

        <!-- Step 14g: API DIAN → MySQL (green) -->
-         <mxCell id="s13g" value="&lt;font style=&quot;font-size:11px&quot;&gt;⑭ Actualiza estado APROBADO&lt;/font&gt;" style="edgeStyle=orthogonalEdgeStyle;rounded=1;orthogonalLoop=1;jettySize=auto;html=1;strokeWidth=2;strokeColor=#2E7D32;fontSize=11;labelBackgroundColor=#FFFFFF;" edge="1" parent="1">
+         <mxCell id="s13g" value="&lt;font style=&quot;font-size:11px&quot;&gt;⑭ Actualiza estado APROBADO&lt;/font&gt;" style="edgeStyle=orthogonalEdgeStyle;rounded=1;orthogonalLoop=1;jettySize=auto;html=1;strokeWidth=2;strokeColor=#2E7D32;fontSize=14;labelBackgroundColor=#FFFFFF;" edge="1" parent="1">
          <mxGeometry relative="1" as="geometry">
            <mxPoint x="2120" y="1030" as="sourcePoint"/>
            <mxPoint x="2355" y="1030" as="targetPoint"/>
          </mxGeometry>
        </mxCell>

        <!-- Step 15g: Consumer → PostgreSQL (green) -->
-         <mxCell id="s14g" value="&lt;font style=&quot;font-size:11px&quot;&gt;⑮ Actualiza factura con CUFE&lt;/font&gt;" style="edgeStyle=orthogonalEdgeStyle;rounded=1;orthogonalLoop=1;jettySize=auto;html=1;strokeWidth=2;strokeColor=#2E7D32;fontSize=11;labelBackgroundColor=#FFFFFF;" edge="1" parent="1">
+         <mxCell id="s14g" value="&lt;font style=&quot;font-size:11px&quot;&gt;⑮ Actualiza factura con CUFE&lt;/font&gt;" style="edgeStyle=orthogonalEdgeStyle;rounded=1;orthogonalLoop=1;jettySize=auto;html=1;strokeWidth=2;strokeColor=#2E7D32;fontSize=14;labelBackgroundColor=#FFFFFF;" edge="1" parent="1">
          <mxGeometry relative="1" as="geometry">
            <mxPoint x="1885" y="1090" as="sourcePoint"/>
            <mxPoint x="1295" y="1090" as="targetPoint"/>
          </mxGeometry>
        </mxCell>

        <!-- ===== SPLIT: RED (RECHAZADO) flow ===== -->

        <!-- Red connector from diamond to step 14r -->
-         <mxCell id="split-red" value="&lt;font style=&quot;font-size:11px&quot;&gt;&lt;b&gt;RECHAZADO — Errores DIAN&lt;/b&gt;&lt;/font&gt;" style="edgeStyle=orthogonalEdgeStyle;rounded=1;orthogonalLoop=1;jettySize=auto;html=1;strokeWidth=2;strokeColor=#DC3545;fontSize=11;labelBackgroundColor=#FFFFFF;" edge="1" parent="1">
+         <mxCell id="split-red" value="&lt;font style=&quot;font-size:11px&quot;&gt;&lt;b&gt;RECHAZADO — Errores DIAN&lt;/b&gt;&lt;/font&gt;" style="edgeStyle=orthogonalEdgeStyle;rounded=1;orthogonalLoop=1;jettySize=auto;html=1;strokeWidth=2;strokeColor=#DC3545;fontSize=14;labelBackgroundColor=#FFFFFF;" edge="1" parent="1">
          <mxGeometry relative="1" as="geometry">
            <mxPoint x="2120" y="970" as="sourcePoint"/>
            <Array as="points">
              <mxPoint x="2220" y="970"/>
              <mxPoint x="2220" y="1020"/>
              <mxPoint x="2120" y="1020"/>
            </Array>
            <mxPoint x="2120" y="1020" as="targetPoint"/>
          </mxGeometry>
        </mxCell>

        <!-- Step 14r: API DIAN → MySQL (red) -->
-         <mxCell id="s13r" value="&lt;font style=&quot;font-size:11px&quot;&gt;⑭ Actualiza estado RECHAZADO&lt;/font&gt;" style="edgeStyle=orthogonalEdgeStyle;rounded=1;orthogonalLoop=1;jettySize=auto;html=1;strokeWidth=2;strokeColor=#DC3545;fontSize=11;labelBackgroundColor=#FFFFFF;" edge="1" parent="1">
+         <mxCell id="s13r" value="&lt;font style=&quot;font-size:11px&quot;&gt;⑭ Actualiza estado RECHAZADO&lt;/font&gt;" style="edgeStyle=orthogonalEdgeStyle;rounded=1;orthogonalLoop=1;jettySize=auto;html=1;strokeWidth=2;strokeColor=#DC3545;fontSize=14;labelBackgroundColor=#FFFFFF;" edge="1" parent="1">
          <mxGeometry relative="1" as="geometry">
            <mxPoint x="2120" y="1220" as="sourcePoint"/>
            <mxPoint x="2355" y="1220" as="targetPoint"/>
          </mxGeometry>
        </mxCell>

        <!-- Step 15r: Consumer → PostgreSQL (red) -->
-         <mxCell id="s14r" value="&lt;font style=&quot;font-size:11px&quot;&gt;⑮ Marca factura como rechazada&lt;/font&gt;" style="edgeStyle=orthogonalEdgeStyle;rounded=1;orthogonalLoop=1;jettySize=auto;html=1;strokeWidth=2;strokeColor=#DC3545;fontSize=11;labelBackgroundColor=#FFFFFF;" edge="1" parent="1">
+         <mxCell id="s14r" value="&lt;font style=&quot;font-size:11px&quot;&gt;⑮ Marca factura como rechazada&lt;/font&gt;" style="edgeStyle=orthogonalEdgeStyle;rounded=1;orthogonalLoop=1;jettySize=auto;html=1;strokeWidth=2;strokeColor=#DC3545;fontSize=14;labelBackgroundColor=#FFFFFF;" edge="1" parent="1">
          <mxGeometry relative="1" as="geometry">
            <mxPoint x="1885" y="1260" as="sourcePoint"/>
            <mxPoint x="1295" y="1260" as="targetPoint"/>
          </mxGeometry>
        </mxCell>

        <!-- ===== CONSULTA DE ESTADO (ambos caminos convergen aquí) ===== -->

        <!-- Step 16: Usuario → App -->
-         <mxCell id="s16" value="&lt;font style=&quot;font-size:11px&quot;&gt;⑯ Solicita estado de factura&lt;/font&gt;" style="edgeStyle=orthogonalEdgeStyle;rounded=1;orthogonalLoop=1;jettySize=auto;html=1;strokeWidth=2;strokeColor=#1A3A5C;fontSize=11;labelBackgroundColor=#FFFFFF;" edge="1" parent="1">
+         <mxCell id="s16" value="&lt;font style=&quot;font-size:11px&quot;&gt;⑯ Solicita estado de factura&lt;/font&gt;" style="edgeStyle=orthogonalEdgeStyle;rounded=1;orthogonalLoop=1;jettySize=auto;html=1;strokeWidth=2;strokeColor=#1A3A5C;fontSize=14;labelBackgroundColor=#FFFFFF;" edge="1" parent="1">
          <mxGeometry relative="1" as="geometry">
            <mxPoint x="120" y="1320" as="sourcePoint"/>
            <mxPoint x="355" y="1320" as="targetPoint"/>
          </mxGeometry>
        </mxCell>

        <!-- Step 17: App → Caddy → Router → Purchases -->
-         <mxCell id="s17" value="&lt;font style=&quot;font-size:11px&quot;&gt;⑰ GET /graphql queryInvoiceStatus&lt;/font&gt;" style="edgeStyle=orthogonalEdgeStyle;rounded=1;orthogonalLoop=1;jettySize=auto;html=1;strokeWidth=2;strokeColor=#1A3A5C;fontSize=11;labelBackgroundColor=#FFFFFF;" edge="1" parent="1">
+         <mxCell id="s17" value="&lt;font style=&quot;font-size:11px&quot;&gt;⑰ GET /graphql queryInvoiceStatus&lt;/font&gt;" style="edgeStyle=orthogonalEdgeStyle;rounded=1;orthogonalLoop=1;jettySize=auto;html=1;strokeWidth=2;strokeColor=#1A3A5C;fontSize=14;labelBackgroundColor=#FFFFFF;" edge="1" parent="1">
          <mxGeometry relative="1" as="geometry">
            <mxPoint x="355" y="1350" as="sourcePoint"/>
            <mxPoint x="1060" y="1350" as="targetPoint"/>
          </mxGeometry>
        </mxCell>

        <!-- Step 18: Purchases → PostgreSQL -->
-         <mxCell id="s18" value="&lt;font style=&quot;font-size:11px&quot;&gt;⑱ Consulta estado&lt;/font&gt;" style="edgeStyle=orthogonalEdgeStyle;rounded=1;orthogonalLoop=1;jettySize=auto;html=1;strokeWidth=2;strokeColor=#1A3A5C;fontSize=11;labelBackgroundColor=#FFFFFF;" edge="1" parent="1">
+         <mxCell id="s18" value="&lt;font style=&quot;font-size:11px&quot;&gt;⑱ Consulta estado&lt;/font&gt;" style="edgeStyle=orthogonalEdgeStyle;rounded=1;orthogonalLoop=1;jettySize=auto;html=1;strokeWidth=2;strokeColor=#1A3A5C;fontSize=14;labelBackgroundColor=#FFFFFF;" edge="1" parent="1">
          <mxGeometry relative="1" as="geometry">
            <mxPoint x="1060" y="1380" as="sourcePoint"/>
            <mxPoint x="1295" y="1380" as="targetPoint"/>
          </mxGeometry>
        </mxCell>

        <!-- Step 19: PostgreSQL → Purchases → Router → Caddy → App -->
-         <mxCell id="s19" value="&lt;font style=&quot;font-size:11px&quot;&gt;⑲ Retorna estado (APROBADA/RECHAZADA)&lt;/font&gt;" style="edgeStyle=orthogonalEdgeStyle;rounded=1;orthogonalLoop=1;jettySize=auto;html=1;strokeWidth=2;strokeColor=#1A3A5C;fontSize=11;labelBackgroundColor=#FFFFFF;" edge="1" parent="1">
+         <mxCell id="s19" value="&lt;font style=&quot;font-size:11px&quot;&gt;⑲ Retorna estado (APROBADA/RECHAZADA)&lt;/font&gt;" style="edgeStyle=orthogonalEdgeStyle;rounded=1;orthogonalLoop=1;jettySize=auto;html=1;strokeWidth=2;strokeColor=#1A3A5C;fontSize=14;labelBackgroundColor=#FFFFFF;" edge="1" parent="1">
          <mxGeometry relative="1" as="geometry">
            <mxPoint x="1295" y="1410" as="sourcePoint"/>
            <mxPoint x="355" y="1410" as="targetPoint"/>
          </mxGeometry>
        </mxCell>

        <!-- Step 20: App → Usuario -->
-         <mxCell id="s20" value="&lt;font style=&quot;font-size:11px&quot;&gt;⑳ Muestra resultado ✓/✗&lt;/font&gt;" style="edgeStyle=orthogonalEdgeStyle;rounded=1;orthogonalLoop=1;jettySize=auto;html=1;strokeWidth=2;strokeColor=#1A3A5C;fontSize=11;labelBackgroundColor=#FFFFFF;" edge="1" parent="1">
+         <mxCell id="s20" value="&lt;font style=&quot;font-size:11px&quot;&gt;⑳ Muestra resultado ✓/✗&lt;/font&gt;" style="edgeStyle=orthogonalEdgeStyle;rounded=1;orthogonalLoop=1;jettySize=auto;html=1;strokeWidth=2;strokeColor=#1A3A5C;fontSize=14;labelBackgroundColor=#FFFFFF;" edge="1" parent="1">
          <mxGeometry relative="1" as="geometry">
            <mxPoint x="355" y="1440" as="sourcePoint"/>
            <mxPoint x="120" y="1440" as="targetPoint"/>
          </mxGeometry>
        </mxCell>

        <!-- Shared result box -->
        <mxCell id="result-shared" value="&lt;font style=&quot;font-size:12px&quot;&gt;&lt;b&gt;Cualquier camino converge aquí:&lt;/b&gt;&lt;br&gt;el usuario consulta el estado activamente&lt;/font&gt;" style="rounded=1;whiteSpace=wrap;html=1;fillColor=#E8EAF6;strokeColor=#3F51B5;strokeWidth=2;fontColor=#1A237E;verticalAlign=middle;align=center;" vertex="1" parent="1">
          <mxGeometry x="55" y="1470" width="240" height="52" as="geometry"/>
        </mxCell>

        <!-- ===== LEGEND ===== -->
        <mxCell id="legend-box" value="" style="rounded=1;whiteSpace=wrap;html=1;fillColor=#FAFAFA;strokeColor=#BDBDBD;strokeWidth=1;" vertex="1" parent="1">
          <mxGeometry x="2500" y="975" width="400" height="130" as="geometry"/>
        </mxCell>
-         <mxCell id="legend-title" value="&lt;font style=&quot;font-size:12px&quot;&gt;&lt;b&gt;Leyenda&lt;/b&gt;&lt;/font&gt;" style="text;html=1;strokeColor=none;fillColor=none;align=center;verticalAlign=middle;whiteSpace=wrap;rounded=0;fontSize=12;" vertex="1" parent="1">
+         <mxCell id="legend-title" value="&lt;font style=&quot;font-size:12px&quot;&gt;&lt;b&gt;Leyenda&lt;/b&gt;&lt;/font&gt;" style="text;html=1;strokeColor=none;fillColor=none;align=center;verticalAlign=middle;whiteSpace=wrap;rounded=0;fontSize=16;" vertex="1" parent="1">
          <mxGeometry x="2600" y="975" width="200" height="22" as="geometry"/>
        </mxCell>
        <mxCell id="legend-blue" value="" style="endArrow=classic;html=1;strokeWidth=2;strokeColor=#1A3A5C;" edge="1" parent="1">
          <mxGeometry relative="1" as="geometry">
            <mxPoint x="2515" y="1005" as="sourcePoint"/>
            <mxPoint x="2570" y="1005" as="targetPoint"/>
          </mxGeometry>
        </mxCell>
-         <mxCell id="legend-blue-label" value="&lt;font style=&quot;font-size:10px&quot;&gt;Flujo normal&lt;/font&gt;" style="text;html=1;strokeColor=none;fillColor=none;align=left;verticalAlign=middle;whiteSpace=wrap;rounded=0;fontSize=10;" vertex="1" parent="1">
+         <mxCell id="legend-blue-label" value="&lt;font style=&quot;font-size:10px&quot;&gt;Flujo normal&lt;/font&gt;" style="text;html=1;strokeColor=none;fillColor=none;align=left;verticalAlign=middle;whiteSpace=wrap;rounded=0;fontSize=13;" vertex="1" parent="1">
          <mxGeometry x="2580" y="994" width="100" height="22" as="geometry"/>
        </mxCell>
        <mxCell id="legend-green" value="" style="endArrow=classic;html=1;strokeWidth=2;strokeColor=#2E7D32;" edge="1" parent="1">
          <mxGeometry relative="1" as="geometry">
            <mxPoint x="2515" y="1030" as="sourcePoint"/>
            <mxPoint x="2570" y="1030" as="targetPoint"/>
          </mxGeometry>
        </mxCell>
-         <mxCell id="legend-green-label" value="&lt;font style=&quot;font-size:10px&quot;&gt;Camino APROBADO&lt;/font&gt;" style="text;html=1;strokeColor=none;fillColor=none;align=left;verticalAlign=middle;whiteSpace=wrap;rounded=0;fontSize=10;" vertex="1" parent="1">
+         <mxCell id="legend-green-label" value="&lt;font style=&quot;font-size:10px&quot;&gt;Camino APROBADO&lt;/font&gt;" style="text;html=1;strokeColor=none;fillColor=none;align=left;verticalAlign=middle;whiteSpace=wrap;rounded=0;fontSize=13;" vertex="1" parent="1">
          <mxGeometry x="2580" y="1019" width="120" height="22" as="geometry"/>
        </mxCell>
        <mxCell id="legend-red" value="" style="endArrow=classic;html=1;strokeWidth=2;strokeColor=#DC3545;" edge="1" parent="1">
          <mxGeometry relative="1" as="geometry">
            <mxPoint x="2515" y="1055" as="sourcePoint"/>
            <mxPoint x="2570" y="1055" as="targetPoint"/>
          </mxGeometry>
        </mxCell>
-         <mxCell id="legend-red-label" value="&lt;font style=&quot;font-size:10px&quot;&gt;Camino RECHAZADO&lt;/font&gt;" style="text;html=1;strokeColor=none;fillColor=none;align=left;verticalAlign=middle;whiteSpace=wrap;rounded=0;fontSize=10;" vertex="1" parent="1">
+         <mxCell id="legend-red-label" value="&lt;font style=&quot;font-size:10px&quot;&gt;Camino RECHAZADO&lt;/font&gt;" style="text;html=1;strokeColor=none;fillColor=none;align=left;verticalAlign=middle;whiteSpace=wrap;rounded=0;fontSize=13;" vertex="1" parent="1">
          <mxGeometry x="2580" y="1044" width="130" height="22" as="geometry"/>
        </mxCell>
        <mxCell id="legend-diamond" value="" style="rhombus;whiteSpace=wrap;html=1;fillColor=#FFF9C4;strokeColor=#F9A825;strokeWidth=1;" vertex="1" parent="1">
          <mxGeometry x="2520" y="1075" width="20" height="20" as="geometry"/>
        </mxCell>
-         <mxCell id="legend-diamond-label" value="&lt;font style=&quot;font-size:10px&quot;&gt;Decisión DIAN&lt;/font&gt;" style="text;html=1;strokeColor=none;fillColor=none;align=left;verticalAlign=middle;whiteSpace=wrap;rounded=0;fontSize=10;" vertex="1" parent="1">
+         <mxCell id="legend-diamond-label" value="&lt;font style=&quot;font-size:10px&quot;&gt;Decisión DIAN&lt;/font&gt;" style="text;html=1;strokeColor=none;fillColor=none;align=left;verticalAlign=middle;whiteSpace=wrap;rounded=0;fontSize=13;" vertex="1" parent="1">
          <mxGeometry x="2580" y="1074" width="100" height="22" as="geometry"/>
        </mxCell>

      </root>
    </mxGraphModel>
  </diagram>
</mxfile>
